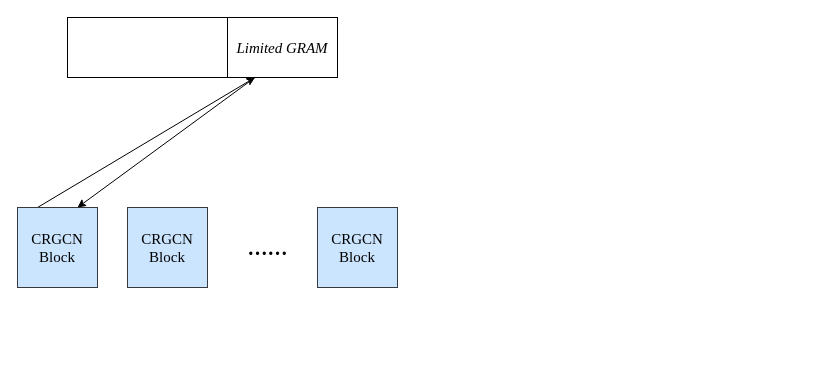
The draw.io diagram 分布训练.drawio in streakyPorker/drawio-diagrams, before the edit. Source tidied: cells renumbered, new cells numbered last; positions are measured from the earlier drawing's top-left corner, leaving out a move shared by most shapes. Both pictures are drawn from the tidied source at 100%, with x=0, y=0 at pixel (17, 17).
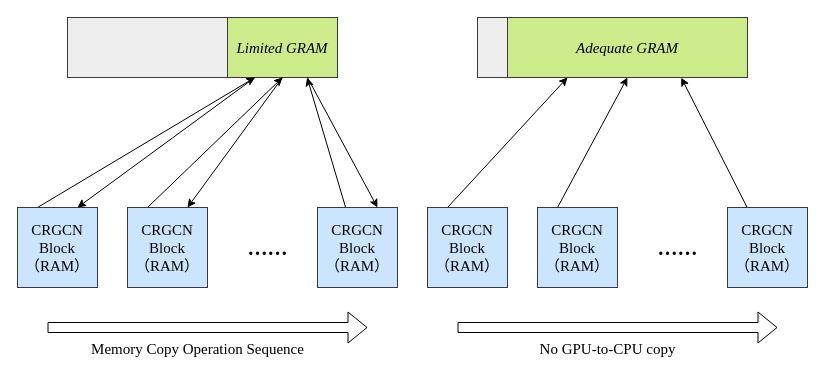
The same page after the edit.

The change refers to these unchanged cells:
```xml
<mxCell id="2" style="group;fontStyle=2;" parent="1" vertex="1">
  <mxGeometry x="50" width="270" height="60" as="geometry" />
</mxCell>
```

Change to the diagram source:
```diff
@@
-    <mxCell id="3" style="rounded=0;whiteSpace=wrap;html=1;strokeColor=#000000;" parent="2" vertex="1">
+    <mxCell id="3" style="rounded=0;whiteSpace=wrap;html=1;strokeColor=#36393d;fillColor=#eeeeee;" parent="2" vertex="1">
       <mxGeometry width="270" height="60" as="geometry" />
     </mxCell>
-    <mxCell id="4" value="&lt;font style=&quot;font-size: 15px;&quot; face=&quot;Times New Roman&quot;&gt;Limited GRAM&lt;/font&gt;" style="rounded=0;whiteSpace=wrap;html=1;strokeColor=#000000;fontStyle=2;" parent="2" vertex="1">
+    <mxCell id="4" value="&lt;font style=&quot;font-size: 15px;&quot; face=&quot;Times New Roman&quot;&gt;Limited GRAM&lt;/font&gt;" style="rounded=0;whiteSpace=wrap;html=1;strokeColor=#36393d;fontStyle=2;fillColor=#cdeb8b;" parent="2" vertex="1">
       <mxGeometry x="160" width="110" height="60" as="geometry" />
     </mxCell>
@@
-    <mxCell id="6" value="CRGCN Block" style="whiteSpace=wrap;html=1;fontFamily=Times New Roman;strokeColor=#36393d;fillColor=#cce5ff;fontSize=15;" parent="1" vertex="1">
+    <mxCell id="6" value="CRGCN Block（RAM）" style="whiteSpace=wrap;html=1;fontFamily=Times New Roman;strokeColor=#36393d;fillColor=#cce5ff;fontSize=15;" parent="1" vertex="1">
       <mxGeometry y="190" width="80" height="80" as="geometry" />
     </mxCell>
@@
+    <mxCell id="11" style="edgeStyle=none;rounded=0;jettySize=auto;html=1;entryX=0.5;entryY=1;entryDx=0;entryDy=0;fontFamily=Times New Roman;fontSize=15;exitX=0.25;exitY=0;exitDx=0;exitDy=0;" parent="1" edge="1" source="8" target="4">
+      <mxGeometry relative="1" as="geometry" />
+    </mxCell>
-    <mxCell id="8" value="CRGCN Block" style="whiteSpace=wrap;html=1;fontFamily=Times New Roman;strokeColor=#36393d;fillColor=#cce5ff;fontSize=15;" parent="1" vertex="1">
+    <mxCell id="8" value="CRGCN Block（RAM）" style="whiteSpace=wrap;html=1;fontFamily=Times New Roman;strokeColor=#36393d;fillColor=#cce5ff;fontSize=15;" parent="1" vertex="1">
       <mxGeometry x="110" y="190" width="80" height="80" as="geometry" />
     </mxCell>
+    <mxCell id="12" style="edgeStyle=none;rounded=0;jettySize=auto;html=1;entryX=0.724;entryY=1.003;entryDx=0;entryDy=0;entryPerimeter=0;fontFamily=Times New Roman;fontSize=15;" parent="1" edge="1" source="9" target="4">
+      <mxGeometry relative="1" as="geometry" />
+    </mxCell>
-    <mxCell id="9" value="CRGCN Block" style="whiteSpace=wrap;html=1;fontFamily=Times New Roman;strokeColor=#36393d;fillColor=#cce5ff;fontSize=15;" parent="1" vertex="1">
+    <mxCell id="9" value="CRGCN Block（RAM）" style="whiteSpace=wrap;html=1;fontFamily=Times New Roman;strokeColor=#36393d;fillColor=#cce5ff;fontSize=15;" parent="1" vertex="1">
       <mxGeometry x="300" y="190" width="80" height="80" as="geometry" />
     </mxCell>
@@
+    <mxCell id="13" style="edgeStyle=none;rounded=0;jettySize=auto;html=1;entryX=0.75;entryY=0;entryDx=0;entryDy=0;fontFamily=Times New Roman;fontSize=15;exitX=0.5;exitY=1;exitDx=0;exitDy=0;" parent="1" edge="1" source="4" target="8">
+      <mxGeometry relative="1" as="geometry" />
+    </mxCell>
+    <mxCell id="14" style="edgeStyle=none;rounded=0;jettySize=auto;html=1;entryX=0.75;entryY=0;entryDx=0;entryDy=0;fontFamily=Times New Roman;fontSize=15;" parent="1" edge="1" target="9">
+      <mxGeometry relative="1" as="geometry">
+        <mxPoint x="290" y="60" as="sourcePoint" />
+      </mxGeometry>
+    </mxCell>
+    <mxCell id="15" style="shape=flexArrow;endArrow=classic;html=1;rounded=0;fontFamily=Times New Roman;fontSize=15;" parent="1" edge="1">
+      <mxGeometry relative="1" as="geometry">
+        <mxPoint x="30" y="310" as="sourcePoint" />
+        <mxPoint x="350" y="310" as="targetPoint" />
+      </mxGeometry>
+    </mxCell>
+    <mxCell id="16" value="Memory Copy Operation Sequence" style="edgeLabel;html=1;align=center;verticalAlign=middle;fontSize=15;fontFamily=Times New Roman;" parent="15" vertex="1">
+      <mxGeometry x="-0.07" y="-7" relative="1" as="geometry">
+        <mxPoint y="13" as="offset" />
+      </mxGeometry>
+    </mxCell>
+    <mxCell id="17" style="group;fontStyle=2;" parent="1" vertex="1">
+      <mxGeometry x="460" width="270" height="60" as="geometry" />
+    </mxCell>
+    <mxCell id="18" style="rounded=0;whiteSpace=wrap;html=1;strokeColor=#36393d;fillColor=#eeeeee;" parent="17" vertex="1">
+      <mxGeometry width="270" height="60" as="geometry" />
+    </mxCell>
+    <mxCell id="19" value="&lt;font style=&quot;&quot; face=&quot;Times New Roman&quot;&gt;&lt;span style=&quot;font-size: 15px;&quot;&gt;Adequate&amp;nbsp;GRAM&lt;/span&gt;&lt;/font&gt;" style="rounded=0;whiteSpace=wrap;html=1;strokeColor=#36393d;fontStyle=2;fillColor=#cdeb8b;" parent="17" vertex="1">
+      <mxGeometry x="30" width="240" height="60" as="geometry" />
+    </mxCell>
+    <mxCell id="20" style="rounded=0;jettySize=auto;html=1;entryX=0.25;entryY=1;entryDx=0;entryDy=0;fontFamily=Times New Roman;exitX=0.25;exitY=0;exitDx=0;exitDy=0;" parent="1" edge="1" source="21" target="19">
+      <mxGeometry relative="1" as="geometry" />
+    </mxCell>
+    <mxCell id="21" value="CRGCN Block（RAM）" style="whiteSpace=wrap;html=1;fontFamily=Times New Roman;strokeColor=#36393d;fillColor=#cce5ff;fontSize=15;" parent="1" vertex="1">
+      <mxGeometry x="410" y="190" width="80" height="80" as="geometry" />
+    </mxCell>
+    <mxCell id="22" style="edgeStyle=none;rounded=0;jettySize=auto;html=1;entryX=0.5;entryY=1;entryDx=0;entryDy=0;fontFamily=Times New Roman;fontSize=15;exitX=0.25;exitY=0;exitDx=0;exitDy=0;" parent="1" edge="1" source="23" target="19">
+      <mxGeometry relative="1" as="geometry" />
+    </mxCell>
+    <mxCell id="23" value="CRGCN Block（RAM）" style="whiteSpace=wrap;html=1;fontFamily=Times New Roman;strokeColor=#36393d;fillColor=#cce5ff;fontSize=15;" parent="1" vertex="1">
+      <mxGeometry x="520" y="190" width="80" height="80" as="geometry" />
+    </mxCell>
+    <mxCell id="24" style="edgeStyle=none;rounded=0;jettySize=auto;html=1;entryX=0.724;entryY=1.003;entryDx=0;entryDy=0;entryPerimeter=0;fontFamily=Times New Roman;fontSize=15;" parent="1" edge="1" source="25" target="19">
+      <mxGeometry relative="1" as="geometry" />
+    </mxCell>
+    <mxCell id="25" value="CRGCN Block（RAM）" style="whiteSpace=wrap;html=1;fontFamily=Times New Roman;strokeColor=#36393d;fillColor=#cce5ff;fontSize=15;" parent="1" vertex="1">
+      <mxGeometry x="710" y="190" width="80" height="80" as="geometry" />
+    </mxCell>
+    <mxCell id="26" value="……" style="text;html=1;align=center;verticalAlign=bottom;strokeColor=none;fillColor=none;fontFamily=Times New Roman;fontStyle=1;fontSize=20;" parent="1" vertex="1">
+      <mxGeometry x="630" y="215" width="60" height="30" as="geometry" />
+    </mxCell>
+    <mxCell id="27" style="shape=flexArrow;endArrow=classic;html=1;rounded=0;fontFamily=Times New Roman;fontSize=15;" parent="1" edge="1">
+      <mxGeometry relative="1" as="geometry">
+        <mxPoint x="440" y="310" as="sourcePoint" />
+        <mxPoint x="760" y="310" as="targetPoint" />
+      </mxGeometry>
+    </mxCell>
+    <mxCell id="28" value="No GPU-to-CPU copy" style="edgeLabel;html=1;align=center;verticalAlign=middle;fontSize=15;fontFamily=Times New Roman;" parent="27" vertex="1">
+      <mxGeometry x="-0.07" y="-7" relative="1" as="geometry">
+        <mxPoint y="13" as="offset" />
+      </mxGeometry>
+    </mxCell>
```
